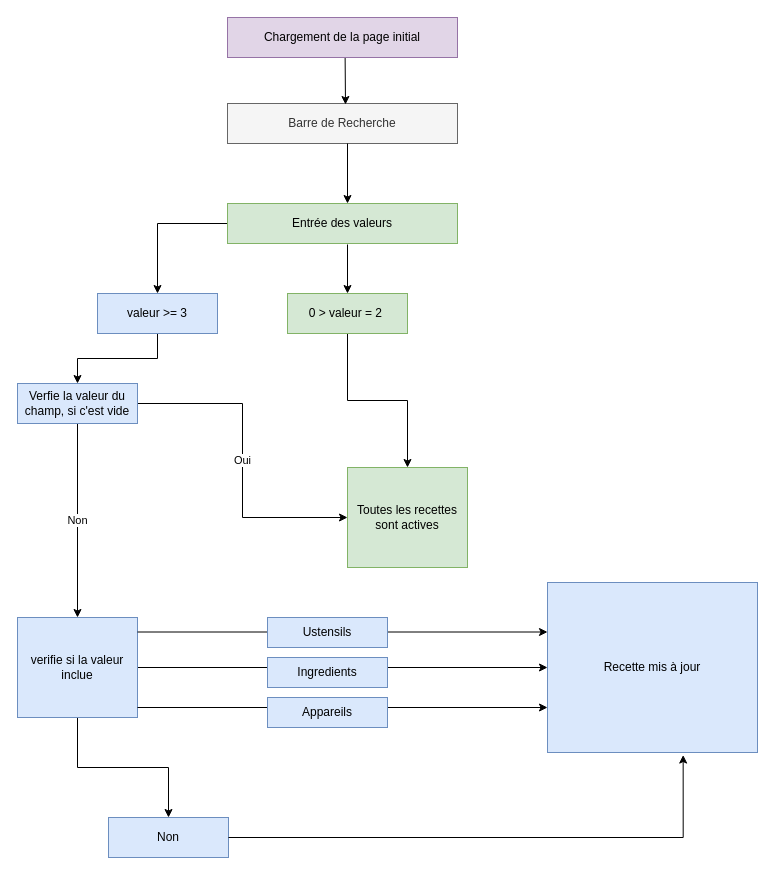
Above: petitsplats.drawio in Takwua/PetitsPLats (draw.io), before the change. Source tidied: cells renumbered, new cells numbered last; positions are measured from the earlier drawing's top-left corner, leaving out a move shared by most shapes. Both pictures are drawn from the tidied source at 100%, with x=0, y=0 at pixel (17, 17).
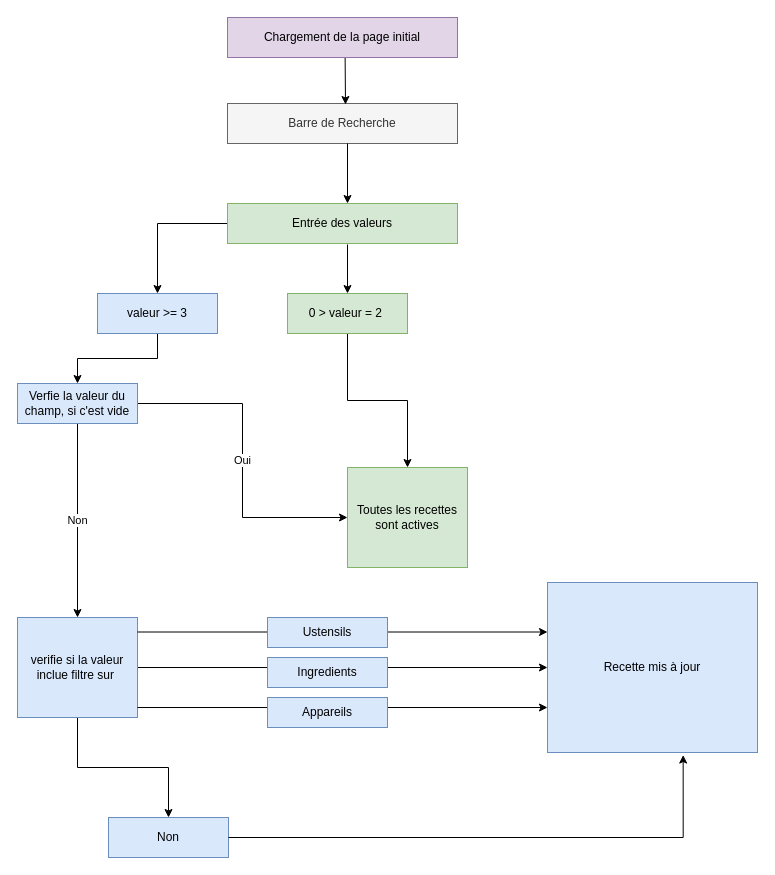
The same page after the edit.

Commit message:
Mettre à jour petitsplats.drawio

The edit, as a diff of the source:
```diff
@@
-    <mxCell id="14" value="verifie si la valeur inclue" style="rounded=0;whiteSpace=wrap;html=1;fillColor=#dae8fc;strokeColor=#6c8ebf;" parent="1" vertex="1">
+    <mxCell id="14" value="verifie si la valeur inclue filtre sur&amp;nbsp;" style="rounded=0;whiteSpace=wrap;html=1;fillColor=#dae8fc;strokeColor=#6c8ebf;" parent="1" vertex="1">
       <mxGeometry y="600" width="120" height="100" as="geometry" />
     </mxCell>
```
